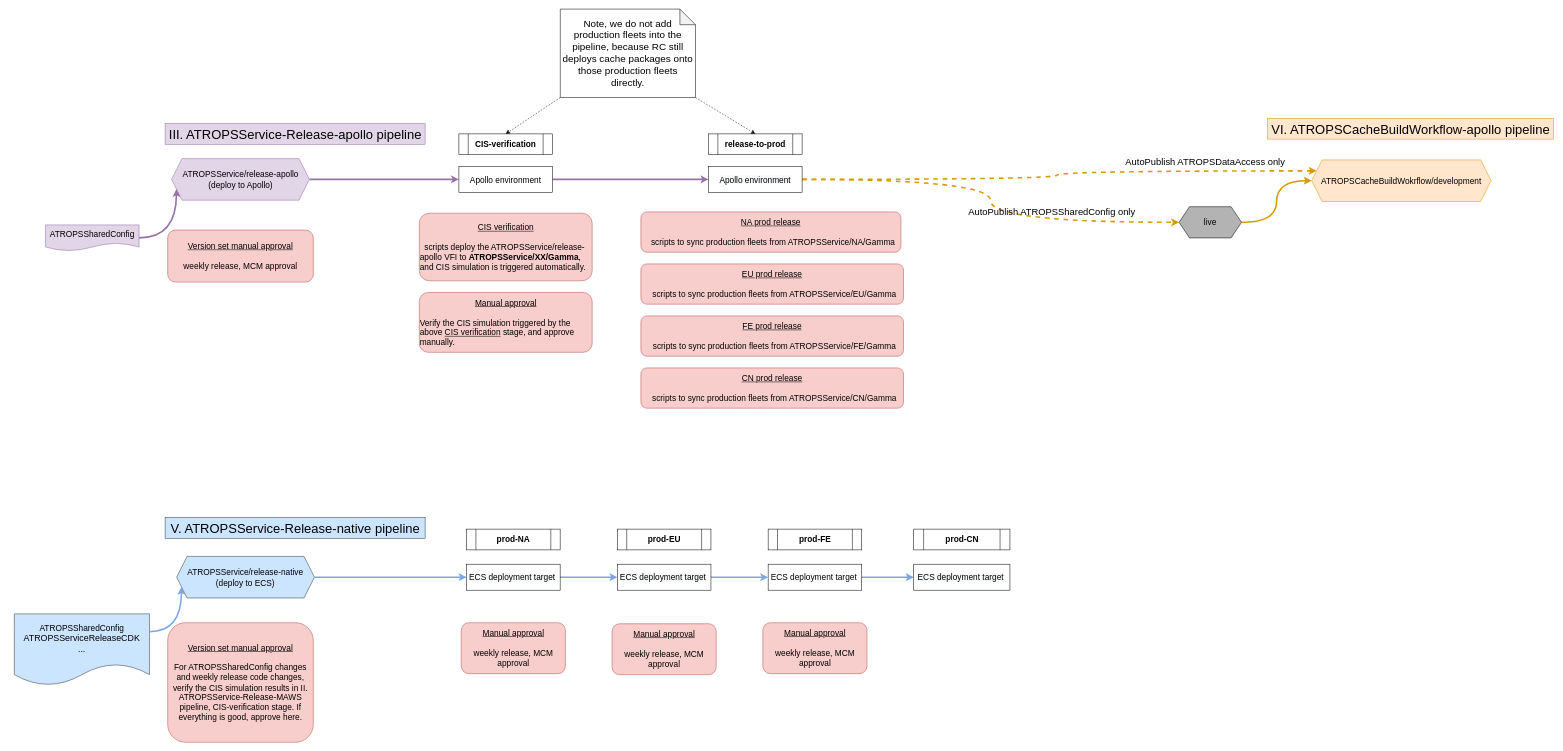
Before: page "temp" (17 of 19) of NAWS_ready_two_pipelines.drawio in PQMeng/draw.io-source-files, a draw.io diagram. Source tidied: cells renumbered, new cells numbered last; positions are measured from the earlier drawing's top-left corner, leaving out a move shared by most shapes. Both pictures are drawn from the tidied source at 52%, with x=0, y=0 at pixel (14, 9). Pictures stored in the file or linked from it are replaced by grey dashed boxes.
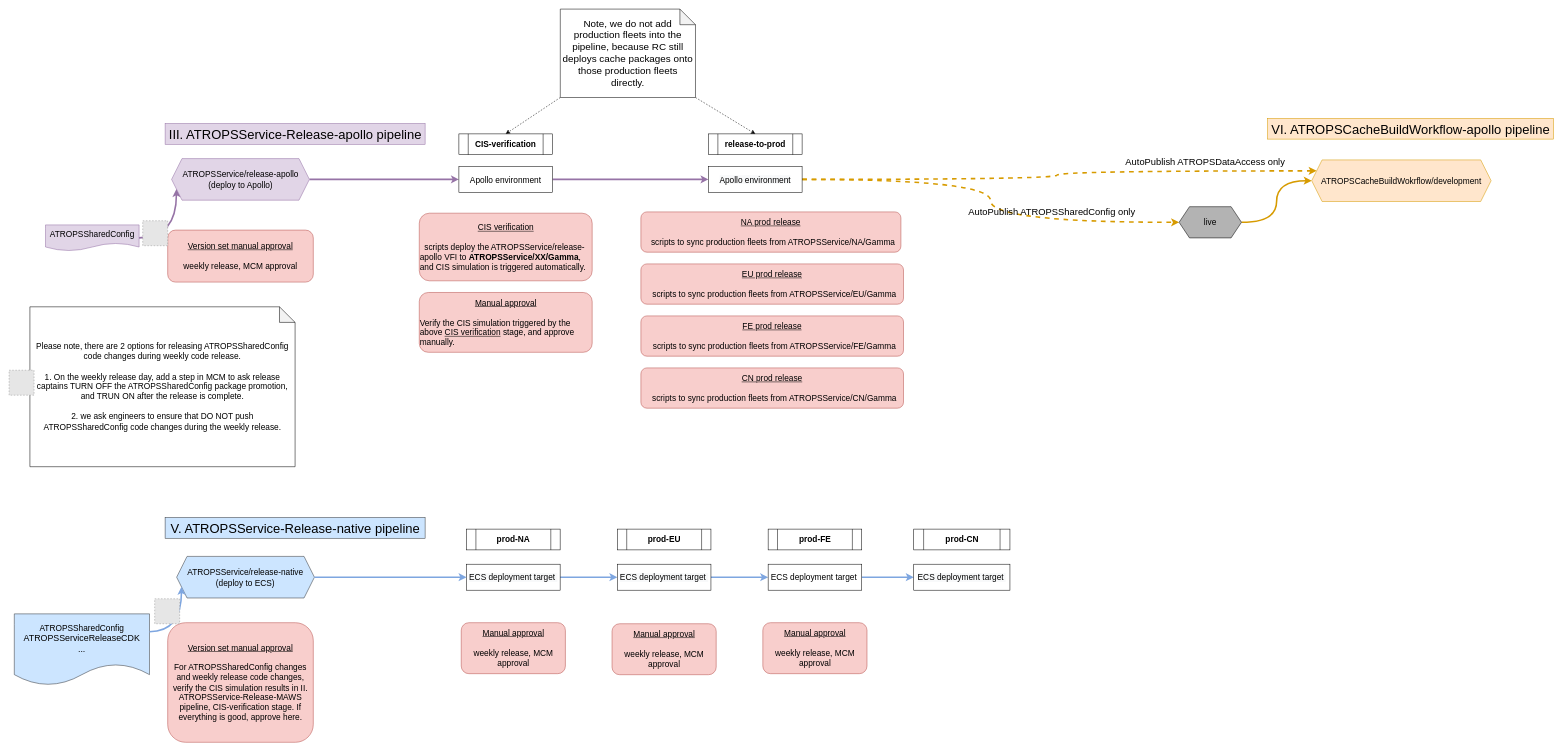
The same page after the edit.

Change to the diagram source:
```diff
@@
+    <mxCell id="51" value="&lt;font color=&quot;#000000&quot;&gt;Please note, there are 2 options for releasing ATROPSSharedConfig code changes during weekly code release.&lt;br&gt;&lt;br&gt;1. On the weekly release day, add a step in MCM to ask release captains TURN OFF the ATROPSSharedConfig package promotion, and TRUN ON after the release is complete.&lt;br&gt;&lt;br&gt;2.&amp;nbsp;we ask engineers to ensure that DO NOT push ATROPSSharedConfig code changes during the weekly release.&lt;/font&gt;" style="shape=note;whiteSpace=wrap;html=1;backgroundOutline=1;darkOpacity=0.05;fontSize=16;fontColor=#CC0000;" parent="1" vertex="1">
+      <mxGeometry x="30" y="572.5" width="510" height="307.5" as="geometry" />
+    </mxCell>
+    <mxCell id="52" style="fillColor=#E6E6E6;strokeColor=#999999;dashed=1;html=1;verticalAlign=top;verticalLabelPosition=bottom;labelBackgroundColor=#ffffff;fontSize=16;fontColor=#000000;" parent="1" vertex="1">
+      <mxGeometry x="247" y="407" width="48" height="48" as="geometry" />
+    </mxCell>
+    <mxCell id="53" style="fillColor=#E6E6E6;strokeColor=#999999;dashed=1;html=1;verticalAlign=top;verticalLabelPosition=bottom;labelBackgroundColor=#ffffff;fontSize=16;fontColor=#000000;" parent="1" vertex="1">
+      <mxGeometry x="270" y="1134" width="48" height="48" as="geometry" />
+    </mxCell>
+    <mxCell id="54" style="fillColor=#E6E6E6;strokeColor=#999999;dashed=1;html=1;verticalAlign=top;verticalLabelPosition=bottom;labelBackgroundColor=#ffffff;fontSize=16;fontColor=#000000;" parent="1" vertex="1">
+      <mxGeometry x="-10" y="694.5" width="48" height="48" as="geometry" />
+    </mxCell>
```
